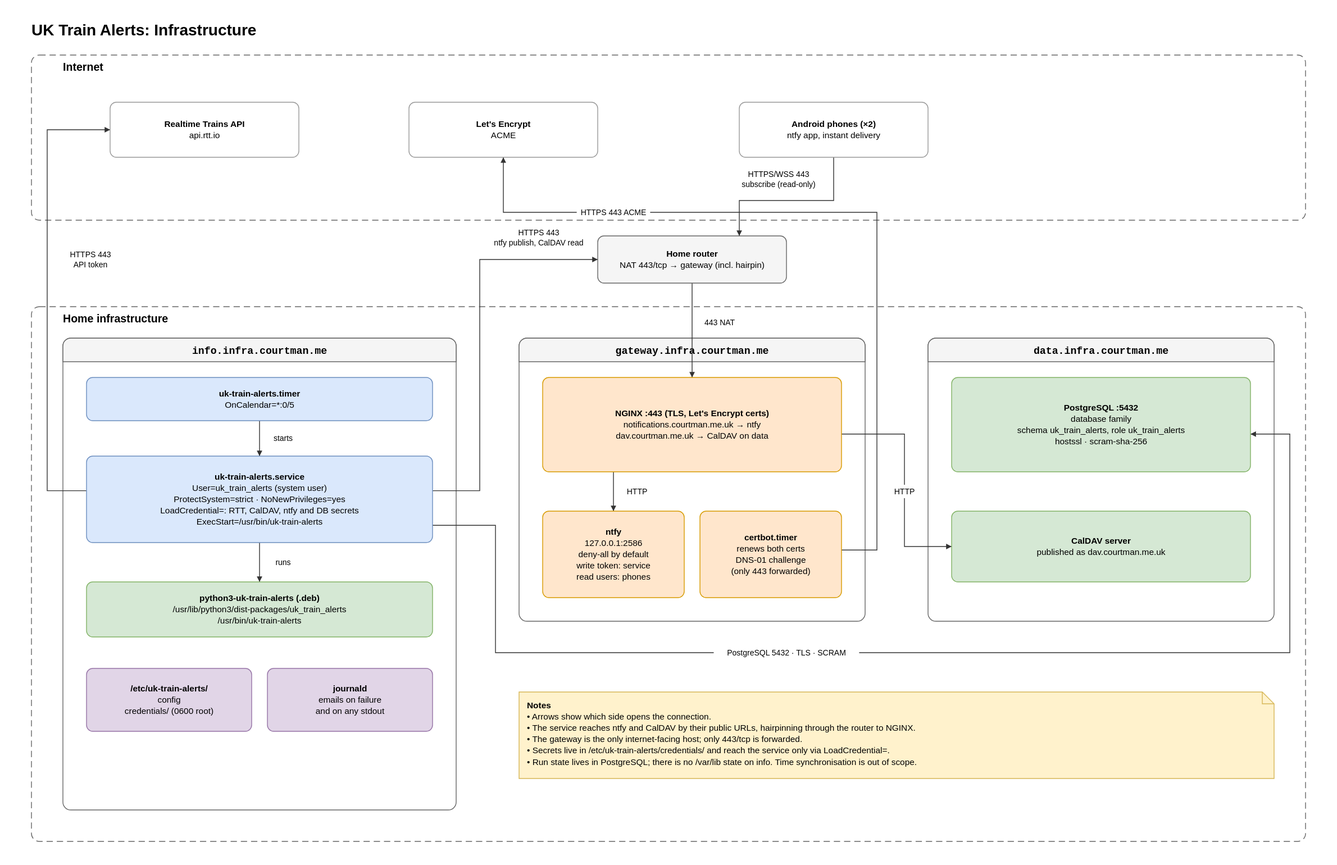
Above: diagrams/infrastructure.drawio.svg in CrypticMeg/uk-train-alerts (draw.io), before the change. Source tidied: cells renumbered, new cells last; positions are measured from the earlier drawing's top-left corner, leaving out a move shared by most shapes.
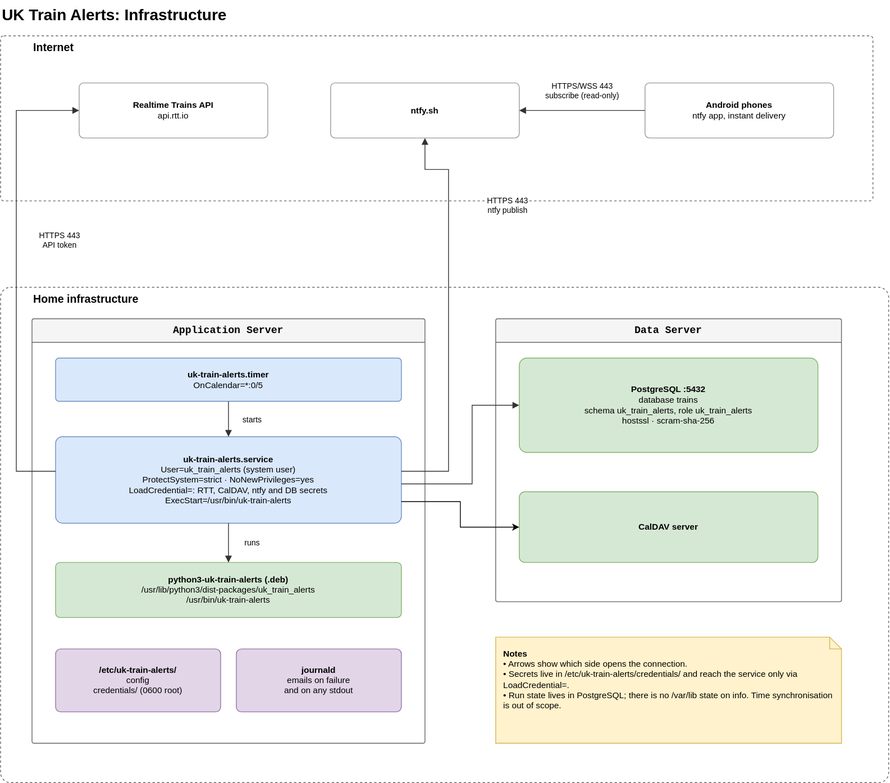
After the change.

Commit message:
DOCS: Generalise the infrastructure diagram

What changed in the source:
```diff
@@ -2,29 +2,32 @@
   <root>
     <mxCell id="0" />
     <mxCell id="1" parent="0" />
+    <mxCell id="8" value="Home infrastructure" style="rounded=1;arcSize=2;dashed=1;html=1;whiteSpace=wrap;fontSize=11;fontStyle=1;fontSize=14;verticalAlign=top;align=left;spacingLeft=40;fillColor=none;strokeColor=#666666;" parent="1" vertex="1">
+      <mxGeometry y="365" width="1130" height="630" as="geometry" />
+    </mxCell>
     <mxCell id="2" value="&lt;b&gt;UK Train Alerts: Infrastructure&lt;/b&gt;" style="text;html=1;whiteSpace=wrap;fontSize=20;align=left;verticalAlign=top;" parent="1" vertex="1">
       <mxGeometry width="900" height="30" as="geometry" />
     </mxCell>
     <mxCell id="3" value="Internet" style="rounded=1;arcSize=2;dashed=1;html=1;whiteSpace=wrap;fontSize=11;fontStyle=1;fontSize=14;verticalAlign=top;align=left;spacingLeft=40;fillColor=none;strokeColor=#666666;" parent="1" vertex="1">
-      <mxGeometry y="45" width="1620" height="210" as="geometry" />
+      <mxGeometry y="45" width="1110" height="210" as="geometry" />
     </mxCell>
+    <mxCell id="22" value="&lt;b&gt;Notes&lt;/b&gt;&lt;br&gt;• Arrows show which side opens the connection.&lt;br&gt;• Secrets live in /etc/uk-train-alerts/credentials/ and reach the service only via LoadCredential=.&lt;br&gt;• Run state lives in PostgreSQL; there is no /var/lib state on info. Time synchronisation is out of scope." style="shape=note;size=15;html=1;whiteSpace=wrap;fontSize=11;align=left;verticalAlign=top;spacing=10;fillColor=#fff2cc;strokeColor=#d6b656;" parent="1" vertex="1">
+      <mxGeometry x="630" y="810" width="440" height="135" as="geometry" />
+    </mxCell>
-    <mxCell id="4" value="&lt;b&gt;Realtime Trains API&lt;/b&gt;&lt;br&gt;api.rtt.io" style="rounded=1;arcSize=8;html=1;whiteSpace=wrap;fontSize=11;fillColor=#ffffff;strokeColor=#999999;" parent="3" vertex="1">
-      <mxGeometry x="100" y="60" width="240" height="70" as="geometry" />
+    <mxCell id="4" value="&lt;b&gt;Realtime Trains API&lt;/b&gt;&lt;br&gt;api.rtt.io" style="rounded=1;arcSize=8;html=1;whiteSpace=wrap;fontSize=11;fillColor=#ffffff;strokeColor=#999999;" parent="1" vertex="1">
+      <mxGeometry x="100" y="105" width="240" height="70" as="geometry" />
     </mxCell>
-    <mxCell id="5" value="&lt;b&gt;Let's Encrypt&lt;/b&gt;&lt;br&gt;ACME" style="rounded=1;arcSize=8;html=1;whiteSpace=wrap;fontSize=11;fillColor=#ffffff;strokeColor=#999999;" parent="3" vertex="1">
-      <mxGeometry x="480" y="60" width="240" height="70" as="geometry" />
+    <mxCell id="5" value="&lt;b&gt;ntfy.sh&lt;/b&gt;" style="rounded=1;arcSize=8;html=1;whiteSpace=wrap;fontSize=11;fillColor=#ffffff;strokeColor=#999999;" parent="1" vertex="1">
+      <mxGeometry x="420" y="105" width="240" height="70" as="geometry" />
     </mxCell>
-    <mxCell id="6" value="&lt;b&gt;Android phones (×2)&lt;/b&gt;&lt;br&gt;ntfy app, instant delivery" style="rounded=1;arcSize=8;html=1;whiteSpace=wrap;fontSize=11;fillColor=#ffffff;strokeColor=#999999;" parent="3" vertex="1">
-      <mxGeometry x="900" y="60" width="240" height="70" as="geometry" />
+    <mxCell id="6" value="&lt;b&gt;Android phones&lt;/b&gt;&lt;br&gt;ntfy app, instant delivery" style="rounded=1;arcSize=8;html=1;whiteSpace=wrap;fontSize=11;fillColor=#ffffff;strokeColor=#999999;" parent="1" vertex="1">
+      <mxGeometry x="820" y="105" width="240" height="70" as="geometry" />
     </mxCell>
-    <mxCell id="7" value="&lt;b&gt;Home router&lt;/b&gt;&lt;br&gt;NAT 443/tcp → gateway (incl. hairpin)" style="rounded=1;arcSize=8;html=1;whiteSpace=wrap;fontSize=11;fillColor=#f5f5f5;strokeColor=#666666;" parent="1" vertex="1">
-      <mxGeometry x="720" y="275" width="240" height="60" as="geometry" />
-    </mxCell>
-    <mxCell id="8" value="Home infrastructure" style="rounded=1;arcSize=2;dashed=1;html=1;whiteSpace=wrap;fontSize=11;fontStyle=1;fontSize=14;verticalAlign=top;align=left;spacingLeft=40;fillColor=none;strokeColor=#666666;" parent="1" vertex="1">
-      <mxGeometry y="365" width="1620" height="680" as="geometry" />
-    </mxCell>
+    <mxCell id="28" value="HTTPS/WSS 443&lt;br&gt;subscribe (read-only)" style="html=1;rounded=0;endArrow=block;endFill=1;endSize=6;fontSize=10;labelBackgroundColor=#ffffff;strokeColor=#333333;exitX=0;exitY=0.5;exitDx=0;exitDy=0;entryX=1;entryY=0.5;entryDx=0;entryDy=0;" parent="1" edge="1" source="6" target="5">
+      <mxGeometry y="-25" relative="1" as="geometry" />
+    </mxCell>
-    <mxCell id="9" value="info.infra.courtman.me" style="swimlane;rounded=1;arcSize=3;startSize=30;html=1;whiteSpace=wrap;fontSize=11;fontStyle=1;fontSize=13;fontFamily=Courier New;fillColor=#f5f5f5;strokeColor=#666666;swimlaneFillColor=#ffffff;" parent="8" vertex="1">
-      <mxGeometry x="40" y="40" width="500" height="600" as="geometry" />
+    <mxCell id="9" value="Application Server" style="swimlane;rounded=1;arcSize=3;startSize=30;html=1;whiteSpace=wrap;fontSize=11;fontStyle=1;fontSize=13;fontFamily=Courier New;fillColor=#f5f5f5;strokeColor=#666666;swimlaneFillColor=#ffffff;" parent="1" vertex="1">
+      <mxGeometry x="40" y="405" width="500" height="540" as="geometry" />
     </mxCell>
     <mxCell id="10" value="&lt;b&gt;uk-train-alerts.timer&lt;/b&gt;&lt;br&gt;OnCalendar=*:0/5" style="rounded=1;arcSize=8;html=1;whiteSpace=wrap;fontSize=11;fillColor=#dae8fc;strokeColor=#6c8ebf;" parent="9" vertex="1">
       <mxGeometry x="30" y="50" width="440" height="55" as="geometry" />
@@ -41,40 +44,47 @@
     <mxCell id="14" value="&lt;b&gt;journald&lt;/b&gt;&lt;br&gt;emails on failure&lt;br&gt;and on any stdout" style="rounded=1;arcSize=8;html=1;whiteSpace=wrap;fontSize=11;fillColor=#e1d5e7;strokeColor=#9673a6;" parent="9" vertex="1">
       <mxGeometry x="260" y="420" width="210" height="80" as="geometry" />
     </mxCell>
-    <mxCell id="15" value="gateway.infra.courtman.me" style="swimlane;rounded=1;arcSize=3;startSize=30;html=1;whiteSpace=wrap;fontSize=11;fontStyle=1;fontSize=13;fontFamily=Courier New;fillColor=#f5f5f5;strokeColor=#666666;swimlaneFillColor=#ffffff;" parent="8" vertex="1">
-      <mxGeometry x="620" y="40" width="440" height="360" as="geometry" />
-    </mxCell>
-    <mxCell id="16" value="&lt;b&gt;NGINX :443 (TLS, Let's Encrypt certs)&lt;/b&gt;&lt;br&gt;notifications.courtman.me.uk → ntfy&lt;br&gt;dav.courtman.me.uk → CalDAV on data" style="rounded=1;arcSize=8;html=1;whiteSpace=wrap;fontSize=11;fillColor=#ffe6cc;strokeColor=#d79b00;" parent="15" vertex="1">
-      <mxGeometry x="30" y="50" width="380" height="120" as="geometry" />
-    </mxCell>
-    <mxCell id="17" value="&lt;b&gt;ntfy&lt;/b&gt;&lt;br&gt;127.0.0.1:2586&lt;br&gt;deny-all by default&lt;br&gt;write token: service&lt;br&gt;read users: phones" style="rounded=1;arcSize=8;html=1;whiteSpace=wrap;fontSize=11;fillColor=#ffe6cc;strokeColor=#d79b00;" parent="15" vertex="1">
-      <mxGeometry x="30" y="220" width="180" height="110" as="geometry" />
-    </mxCell>
-    <mxCell id="18" value="&lt;b&gt;certbot.timer&lt;/b&gt;&lt;br&gt;renews both certs&lt;br&gt;DNS-01 challenge&lt;br&gt;(only 443 forwarded)" style="rounded=1;arcSize=8;html=1;whiteSpace=wrap;fontSize=11;fillColor=#ffe6cc;strokeColor=#d79b00;" parent="15" vertex="1">
-      <mxGeometry x="230" y="220" width="180" height="110" as="geometry" />
-    </mxCell>
+    <mxCell id="23" value="starts" style="html=1;rounded=0;endArrow=block;endFill=1;endSize=6;fontSize=10;labelBackgroundColor=#ffffff;strokeColor=#333333;exitX=0.5;exitY=1;exitDx=0;exitDy=0;entryX=0.5;entryY=0;entryDx=0;entryDy=0;" parent="9" edge="1" source="10" target="11">
+      <mxGeometry relative="1" as="geometry">
+        <mxPoint x="30" y="-0.5" as="offset" />
+      </mxGeometry>
+    </mxCell>
+    <mxCell id="24" value="runs" style="html=1;rounded=0;endArrow=block;endFill=1;endSize=6;fontSize=10;labelBackgroundColor=#ffffff;strokeColor=#333333;exitX=0.5;exitY=1;exitDx=0;exitDy=0;entryX=0.5;entryY=0;entryDx=0;entryDy=0;" parent="9" edge="1" source="11" target="12">
+      <mxGeometry relative="1" as="geometry">
+        <mxPoint x="30" as="offset" />
+      </mxGeometry>
+    </mxCell>
-    <mxCell id="19" value="data.infra.courtman.me" style="swimlane;rounded=1;arcSize=3;startSize=30;html=1;whiteSpace=wrap;fontSize=11;fontStyle=1;fontSize=13;fontFamily=Courier New;fillColor=#f5f5f5;strokeColor=#666666;swimlaneFillColor=#ffffff;" parent="8" vertex="1">
-      <mxGeometry x="1140" y="40" width="440" height="360" as="geometry" />
+    <mxCell id="19" value="Data Server" style="swimlane;rounded=1;arcSize=3;startSize=30;html=1;whiteSpace=wrap;fontSize=11;fontStyle=1;fontSize=13;fontFamily=Courier New;fillColor=#f5f5f5;strokeColor=#666666;swimlaneFillColor=#ffffff;" parent="1" vertex="1">
+      <mxGeometry x="630" y="405" width="440" height="360" as="geometry" />
     </mxCell>
-    <mxCell id="20" value="&lt;b&gt;PostgreSQL :5432&lt;/b&gt;&lt;br&gt;database family&lt;br&gt;schema uk_train_alerts, role uk_train_alerts&lt;br&gt;hostssl · scram-sha-256" style="rounded=1;arcSize=8;html=1;whiteSpace=wrap;fontSize=11;fillColor=#d5e8d4;strokeColor=#82b366;" parent="19" vertex="1">
+    <mxCell id="20" value="&lt;b&gt;PostgreSQL :5432&lt;/b&gt;&lt;br&gt;database trains&lt;br&gt;schema uk_train_alerts, role uk_train_alerts&lt;br&gt;hostssl · scram-sha-256" style="rounded=1;arcSize=8;html=1;whiteSpace=wrap;fontSize=11;fillColor=#d5e8d4;strokeColor=#82b366;" parent="19" vertex="1">
       <mxGeometry x="30" y="50" width="380" height="120" as="geometry" />
     </mxCell>
-    <mxCell id="21" value="&lt;b&gt;CalDAV server&lt;/b&gt;&lt;br&gt;published as dav.courtman.me.uk" style="rounded=1;arcSize=8;html=1;whiteSpace=wrap;fontSize=11;fillColor=#d5e8d4;strokeColor=#82b366;" parent="19" vertex="1">
+    <mxCell id="21" value="&lt;b&gt;CalDAV server&lt;/b&gt;" style="rounded=1;arcSize=8;html=1;whiteSpace=wrap;fontSize=11;fillColor=#d5e8d4;strokeColor=#82b366;" parent="19" vertex="1">
       <mxGeometry x="30" y="220" width="380" height="90" as="geometry" />
     </mxCell>
-    <mxCell id="22" value="&lt;b&gt;Notes&lt;/b&gt;&lt;br&gt;• Arrows show which side opens the connection.&lt;br&gt;• The service reaches ntfy and CalDAV by their public URLs, hairpinning through the router to NGINX.&lt;br&gt;• The gateway is the only internet-facing host; only 443/tcp is forwarded.&lt;br&gt;• Secrets live in /etc/uk-train-alerts/credentials/ and reach the service only via LoadCredential=.&lt;br&gt;• Run state lives in PostgreSQL; there is no /var/lib state on info. Time synchronisation is out of scope." style="shape=note;size=15;html=1;whiteSpace=wrap;fontSize=11;align=left;verticalAlign=top;spacing=10;fillColor=#fff2cc;strokeColor=#d6b656;" parent="1" vertex="1">
-      <mxGeometry x="620" y="855" width="960" height="110" as="geometry" />
-    </mxCell>
-    <mxCell id="23" value="starts" style="html=1;rounded=0;endArrow=block;endFill=1;endSize=6;fontSize=10;labelBackgroundColor=#ffffff;strokeColor=#333333;exitX=0.5;exitY=1;exitDx=0;exitDy=0;entryX=0.5;entryY=0;entryDx=0;entryDy=0;" parent="1" edge="1" source="10" target="11">
-      <mxGeometry relative="1" as="geometry">
-        <mxPoint x="30" y="-0.5" as="offset" />
-      </mxGeometry>
-    </mxCell>
-    <mxCell id="24" value="runs" style="html=1;rounded=0;endArrow=block;endFill=1;endSize=6;fontSize=10;labelBackgroundColor=#ffffff;strokeColor=#333333;exitX=0.5;exitY=1;exitDx=0;exitDy=0;entryX=0.5;entryY=0;entryDx=0;entryDy=0;" parent="1" edge="1" source="11" target="12">
-      <mxGeometry relative="1" as="geometry">
-        <mxPoint x="30" as="offset" />
-      </mxGeometry>
-    </mxCell>
+    <mxCell id="33" style="edgeStyle=orthogonalEdgeStyle;rounded=0;jettySize=auto;html=1;exitX=1;exitY=0.75;exitDx=0;exitDy=0;entryX=0;entryY=0.5;entryDx=0;entryDy=0;defaultLabelBackgroundColor=page;" parent="1" edge="1" source="11" target="21">
+      <mxGeometry relative="1" as="geometry" />
+    </mxCell>
+    <mxCell id="32" style="html=1;rounded=0;endArrow=block;endFill=1;endSize=6;fontSize=10;labelBackgroundColor=#ffffff;strokeColor=#333333;entryX=0;entryY=0.5;entryDx=0;entryDy=0;" parent="1" edge="1" target="20">
+      <mxGeometry x="-0.12" y="-40" relative="1" as="geometry">
+        <mxPoint x="510" y="615" as="sourcePoint" />
+        <Array as="points">
+          <mxPoint x="600" y="615" />
+          <mxPoint x="600" y="515" />
+        </Array>
+      </mxGeometry>
+    </mxCell>
+    <mxCell id="26" value="HTTPS 443&lt;br&gt;ntfy publish" style="html=1;rounded=0;endArrow=block;endFill=1;endSize=6;fontSize=10;labelBackgroundColor=#ffffff;strokeColor=#333333;exitX=1;exitY=0.4;exitDx=0;exitDy=0;entryX=0.5;entryY=1;entryDx=0;entryDy=0;" parent="1" edge="1" source="11" target="5">
+      <mxGeometry x="0.04" relative="1" as="geometry">
+        <Array as="points">
+          <mxPoint x="570" y="599" />
+          <mxPoint x="570" y="215" />
+          <mxPoint x="540" y="215" />
+        </Array>
+        <mxPoint x="75" y="-130" as="offset" />
+      </mxGeometry>
+    </mxCell>
     <mxCell id="25" value="HTTPS 443&lt;br&gt;API token" style="html=1;rounded=0;endArrow=block;endFill=1;endSize=6;fontSize=10;labelBackgroundColor=#ffffff;strokeColor=#333333;exitX=0;exitY=0.4;exitDx=0;exitDy=0;entryX=0;entryY=0.5;entryDx=0;entryDy=0;" parent="1" edge="1" source="11" target="4">
       <mxGeometry relative="1" as="geometry">
         <Array as="points">
@@ -84,63 +94,5 @@
         <mxPoint x="55" y="-49.5" as="offset" />
       </mxGeometry>
     </mxCell>
-    <mxCell id="26" value="HTTPS 443&lt;br&gt;ntfy publish, CalDAV read" style="html=1;rounded=0;endArrow=block;endFill=1;endSize=6;fontSize=10;labelBackgroundColor=#ffffff;strokeColor=#333333;exitX=1;exitY=0.4;exitDx=0;exitDy=0;entryX=0;entryY=0.5;entryDx=0;entryDy=0;" parent="1" edge="1" source="11" target="7">
-      <mxGeometry relative="1" as="geometry">
-        <Array as="points">
-          <mxPoint x="570" y="599" />
-          <mxPoint x="570" y="305" />
-        </Array>
-        <mxPoint x="75" y="-130" as="offset" />
-      </mxGeometry>
-    </mxCell>
-    <mxCell id="27" value="443 NAT" style="html=1;rounded=0;endArrow=block;endFill=1;endSize=6;fontSize=10;labelBackgroundColor=#ffffff;strokeColor=#333333;exitX=0.5;exitY=1;exitDx=0;exitDy=0;entryX=0.5;entryY=0;entryDx=0;entryDy=0;" parent="1" edge="1" source="7" target="16">
-      <mxGeometry relative="1" as="geometry">
-        <mxPoint x="35" y="-10" as="offset" />
-      </mxGeometry>
-    </mxCell>
-    <mxCell id="28" value="HTTPS/WSS 443&lt;br&gt;subscribe (read-only)" style="html=1;rounded=0;endArrow=block;endFill=1;endSize=6;fontSize=10;labelBackgroundColor=#ffffff;strokeColor=#333333;exitX=0.5;exitY=1;exitDx=0;exitDy=0;entryX=0.75;entryY=0;entryDx=0;entryDy=0;" parent="1" edge="1" source="6" target="7">
-      <mxGeometry relative="1" as="geometry">
-        <Array as="points">
-          <mxPoint x="1020" y="230" />
-          <mxPoint x="900" y="230" />
-        </Array>
-        <mxPoint x="-15" y="-27" as="offset" />
-      </mxGeometry>
-    </mxCell>
-    <mxCell id="29" value="HTTPS 443 ACME" style="html=1;rounded=0;endArrow=block;endFill=1;endSize=6;fontSize=10;labelBackgroundColor=#ffffff;strokeColor=#333333;exitX=1;exitY=0.45;exitDx=0;exitDy=0;entryX=0.5;entryY=1;entryDx=0;entryDy=0;" parent="1" edge="1" source="18" target="5">
-      <mxGeometry relative="1" as="geometry">
-        <Array as="points">
-          <mxPoint x="1075" y="674.5" />
-          <mxPoint x="1075" y="245" />
-          <mxPoint x="600" y="245" />
-        </Array>
-        <mxPoint x="-299.8" as="offset" />
-      </mxGeometry>
-    </mxCell>
-    <mxCell id="30" value="HTTP" style="html=1;rounded=0;endArrow=block;endFill=1;endSize=6;fontSize=10;labelBackgroundColor=#ffffff;strokeColor=#333333;exitX=0.2368;exitY=1;exitDx=0;exitDy=0;entryX=0.5;entryY=0;entryDx=0;entryDy=0;" parent="1" edge="1" source="16" target="17">
-      <mxGeometry relative="1" as="geometry">
-        <mxPoint x="30" as="offset" />
-      </mxGeometry>
-    </mxCell>
-    <mxCell id="31" value="HTTP" style="html=1;rounded=0;endArrow=block;endFill=1;endSize=6;fontSize=10;labelBackgroundColor=#ffffff;strokeColor=#333333;exitX=1;exitY=0.6;exitDx=0;exitDy=0;entryX=0;entryY=0.5;entryDx=0;entryDy=0;" parent="1" edge="1" source="16" target="21">
-      <mxGeometry relative="1" as="geometry">
-        <Array as="points">
-          <mxPoint x="1110" y="527" />
-          <mxPoint x="1110" y="670" />
-        </Array>
-        <mxPoint y="11.5" as="offset" />
-      </mxGeometry>
-    </mxCell>
-    <mxCell id="32" value="PostgreSQL 5432 · TLS · SCRAM" style="html=1;rounded=0;endArrow=block;endFill=1;endSize=6;fontSize=10;labelBackgroundColor=#ffffff;strokeColor=#333333;exitX=1;exitY=0.8;exitDx=0;exitDy=0;entryX=1;entryY=0.6;entryDx=0;entryDy=0;" parent="1" edge="1" source="11" target="20">
-      <mxGeometry relative="1" as="geometry">
-        <Array as="points">
-          <mxPoint x="590" y="643" />
-          <mxPoint x="590" y="805" />
-          <mxPoint x="1600" y="805" />
-          <mxPoint x="1600" y="527" />
-        </Array>
-        <mxPoint x="-178" as="offset" />
-      </mxGeometry>
-    </mxCell>
   </root>
 </mxGraphModel>
```
